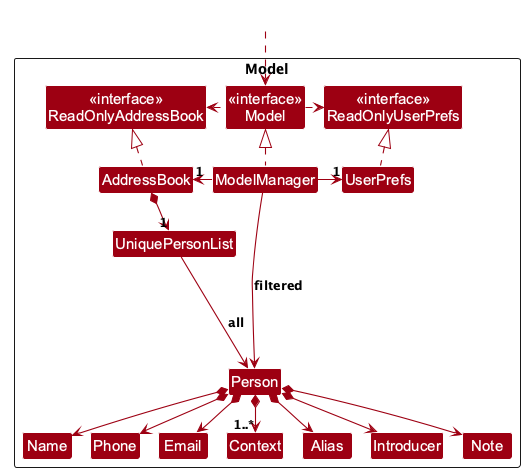
The PlantUML diagram docs/images/ModelClassDiagram.png in AY2627S1-CS2103T-W10-2/tp, before a commit. Its source is kept beside it as docs/diagrams/ModelClassDiagram.puml.
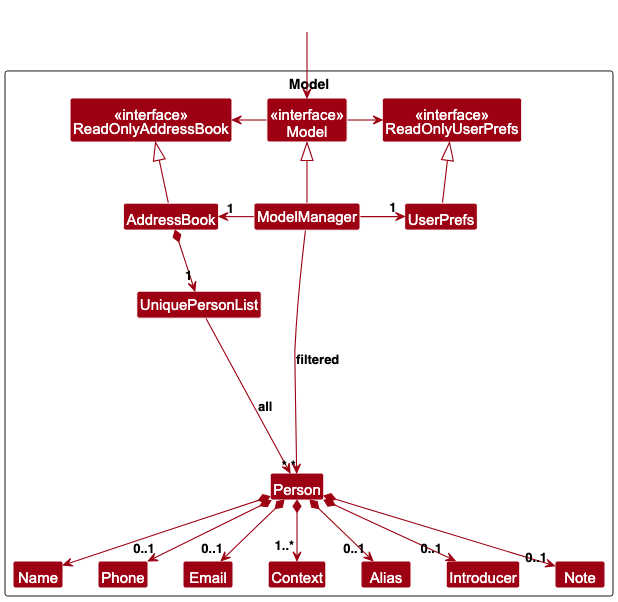
The same file after the commit.

Commit message:
Fix Model diagram multiplicities

Diff of the diagram source:
```diff
@@ -38,14 +38,14 @@
 UserPrefs .up.|> ReadOnlyUserPrefs
 
 AddressBook *--> "1" UniquePersonList
-UniquePersonList -down-> Person : all
+UniquePersonList --> "*" Person : all
 Person *--> Name
-Person *--> Phone
-Person *--> Email
+Person *--> "0..1" Phone
+Person *--> "0..1" Email
 Person *--> "1..*" Context
-Person *--> Alias
-Person *--> Introducer
-Person *--> Note
+Person *--> "0..1" Alias
+Person *--> "0..1" Introducer
+Person *--> "0..1" Note
 
 Person -[hidden]up--> I
 UniquePersonList -[hidden]right-> I
@@ -57,5 +57,5 @@
 Alias -[hidden]right-> Introducer
 Introducer -[hidden]right-> Note
 
-ModelManager -down-> Person : filtered
+ModelManager --> "*" Person : filtered
 @enduml
```
